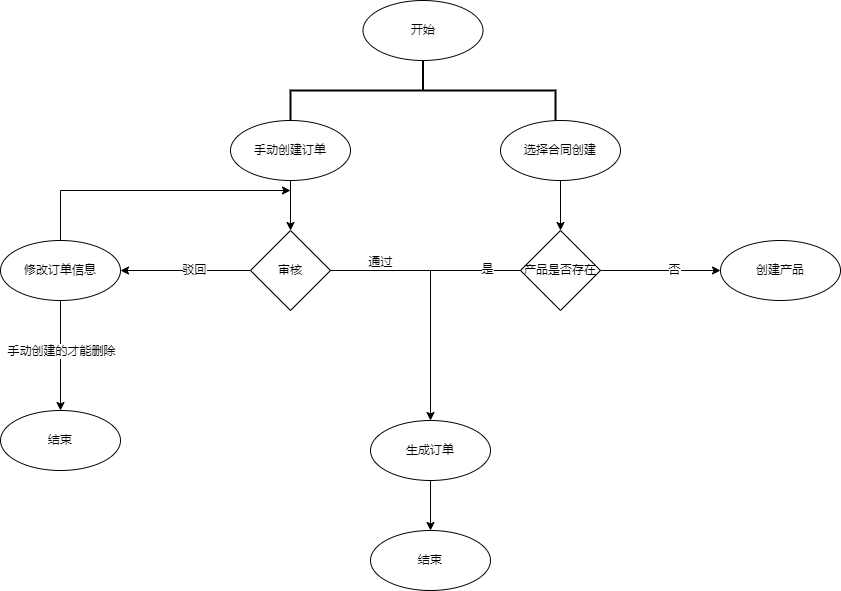
Jorwe/UML keeps this draw.io diagram as 订单创建流程.png. Above is the earlier version. Source tidied: cells renumbered, new cells last; positions are measured from the earlier drawing's top-left corner, leaving out a move shared by most shapes.
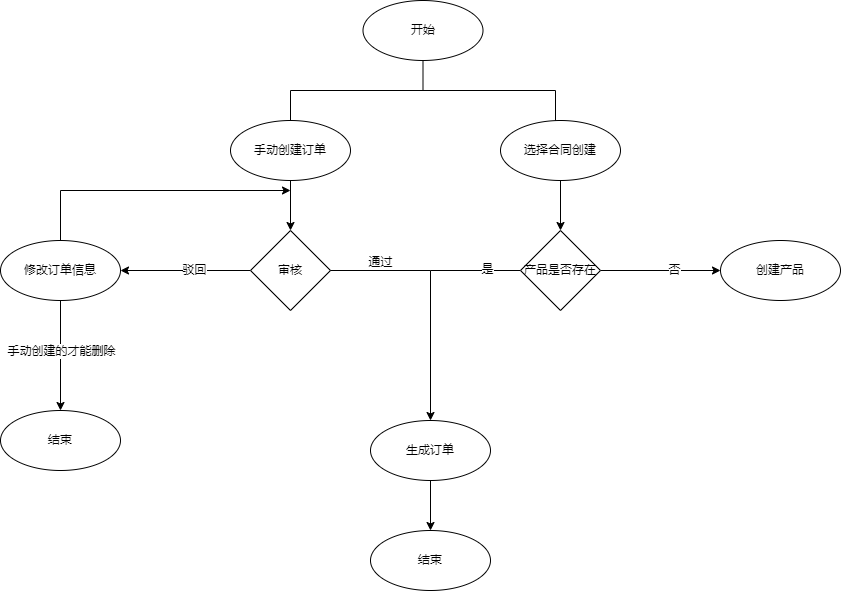
After the commit.

Commit message:
更新订单创建流程.png

Change to the diagram source:
```diff
@@ -39,7 +39,7 @@
     <mxCell id="12" value="生成订单" style="ellipse;whiteSpace=wrap;html=1;" parent="1" vertex="1">
       <mxGeometry x="370" y="420" width="120" height="60" as="geometry" />
     </mxCell>
-    <mxCell id="13" style="strokeWidth=2;html=1;shape=mxgraph.flowchart.annotation_2;align=left;labelPosition=right;direction=south;" parent="1" vertex="1">
+    <mxCell id="13" style="strokeWidth=1;html=1;shape=mxgraph.flowchart.annotation_2;align=left;labelPosition=right;direction=south;" parent="1" vertex="1">
       <mxGeometry x="290" y="60" width="265" height="60" as="geometry" />
     </mxCell>
     <mxCell id="14" style="edgeStyle=orthogonalEdgeStyle;rounded=0;jettySize=auto;html=1;" parent="1" edge="1" source="15" target="18">
```
